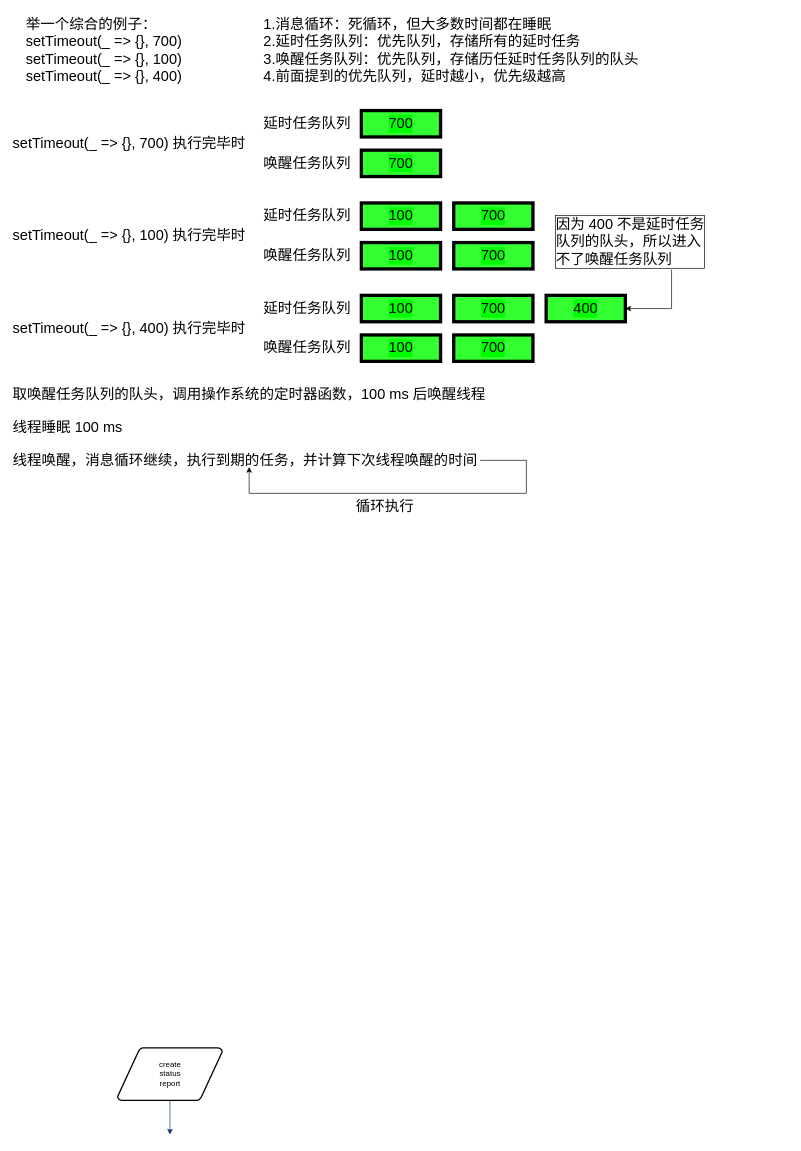
Earlier version of the draw.io diagram assets/Untitled Diagram.drawio (xudale/blog). Source tidied: cells renumbered, new cells numbered last; positions are measured from the earlier drawing's top-left corner, leaving out a move shared by most shapes. Both pictures are drawn from the tidied source at 66%, with x=0, y=0 at pixel (11, 11).
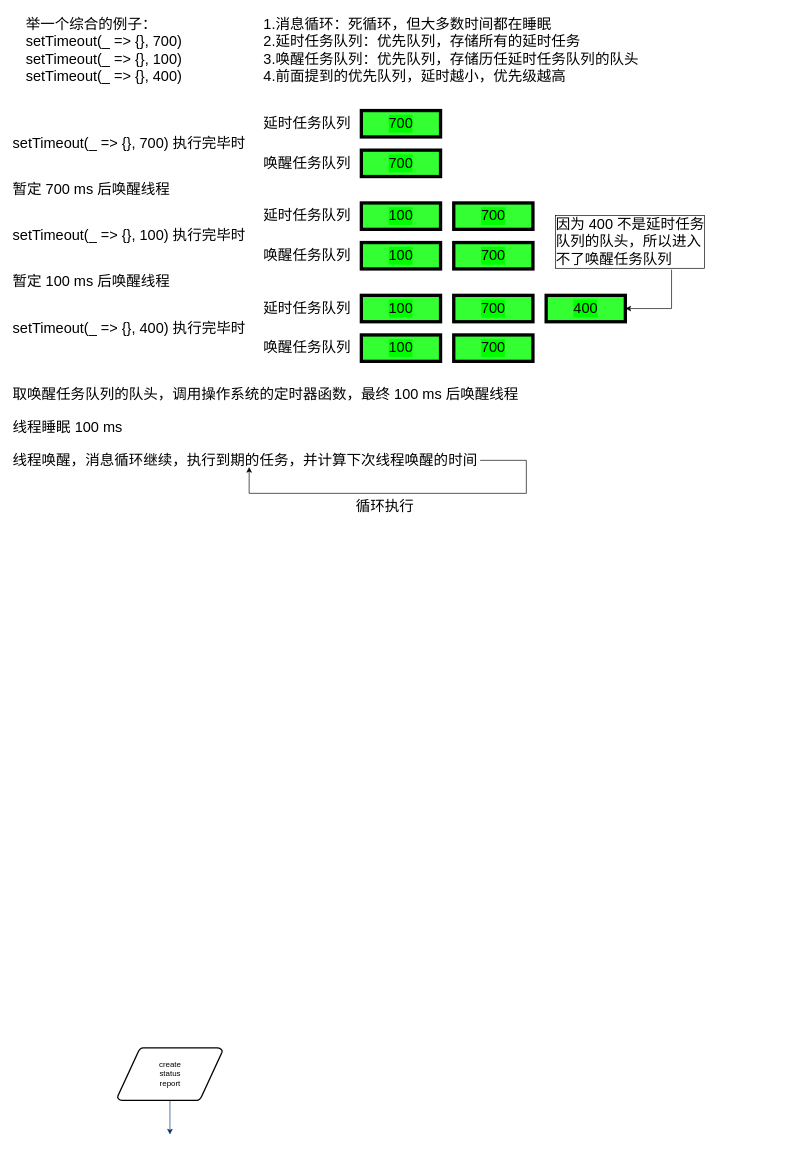
The same diagram, later.

The edit, as a diff of the source:
```diff
@@
-    <mxCell id="28" value="取唤醒任务队列的队头，调用操作系统的定时器函数，100 ms 后唤醒线程" style="text;html=1;strokeColor=none;fillColor=none;align=left;verticalAlign=top;whiteSpace=wrap;rounded=0;strokeWidth=5;perimeterSpacing=1;fontSize=22;horizontal=1;" parent="1" vertex="1">
+    <mxCell id="28" value="取唤醒任务队列的队头，调用操作系统的定时器函数，最终 100 ms 后唤醒线程" style="text;html=1;strokeColor=none;fillColor=none;align=left;verticalAlign=top;whiteSpace=wrap;rounded=0;strokeWidth=5;perimeterSpacing=1;fontSize=22;horizontal=1;" parent="1" vertex="1">
       <mxGeometry y="560" width="800" height="40" as="geometry" />
     </mxCell>
@@
+    <mxCell id="36" value="暂定 700 ms 后唤醒线程" style="text;html=1;strokeColor=none;fillColor=none;align=left;verticalAlign=top;whiteSpace=wrap;rounded=0;strokeWidth=5;perimeterSpacing=1;fontSize=22;horizontal=1;" parent="1" vertex="1">
+      <mxGeometry y="250" width="800" height="40" as="geometry" />
+    </mxCell>
+    <mxCell id="37" value="暂定 100 ms 后唤醒线程" style="text;html=1;strokeColor=none;fillColor=none;align=left;verticalAlign=top;whiteSpace=wrap;rounded=0;strokeWidth=5;perimeterSpacing=1;fontSize=22;horizontal=1;" parent="1" vertex="1">
+      <mxGeometry y="390" width="800" height="40" as="geometry" />
+    </mxCell>
```
